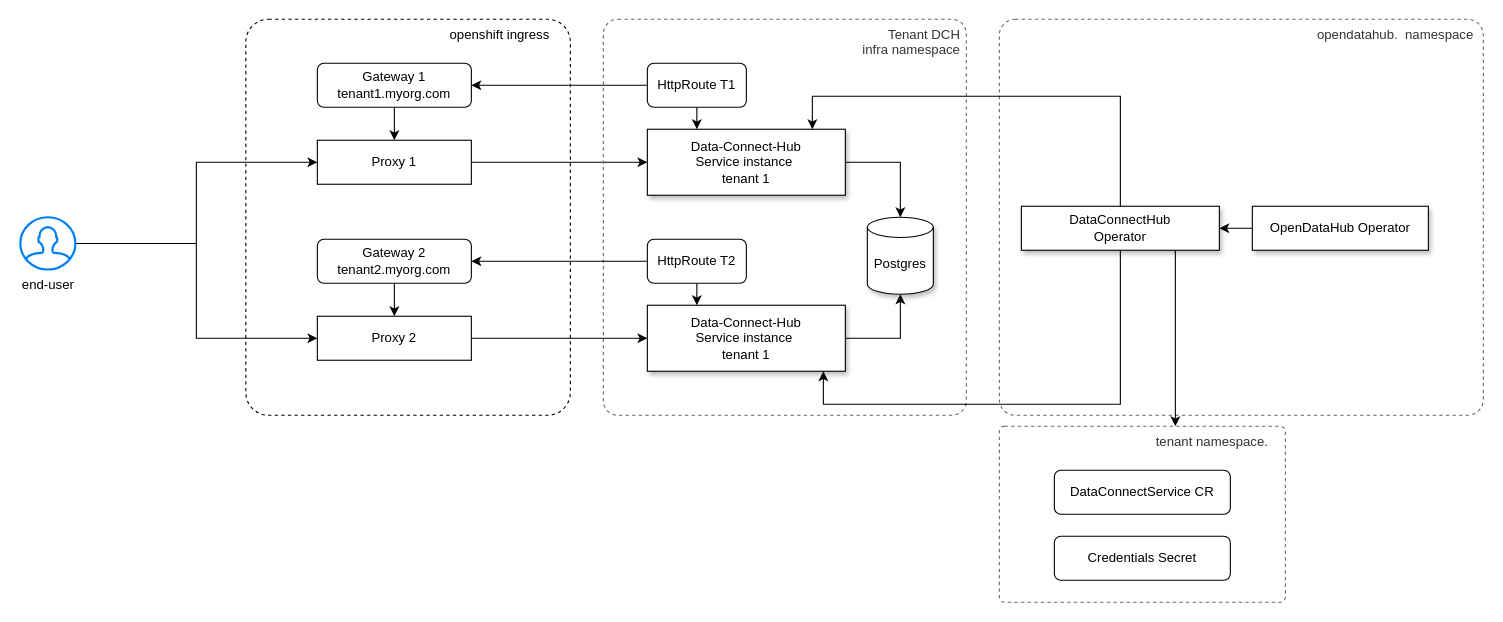
This is page "hard-tenancy" (3 of 5) of architecture-decision-records/data-connect-hub/diagrams/Connections.drawio from opendatahub-io/architecture-decision-records, a draw.io file, before an edit. Source tidied: cells renumbered, new cells numbered last; positions are measured from the earlier drawing's top-left corner, leaving out a move shared by most shapes. Both pictures are drawn from the tidied source at 110%, with x=0, y=0 at pixel (20, 19).
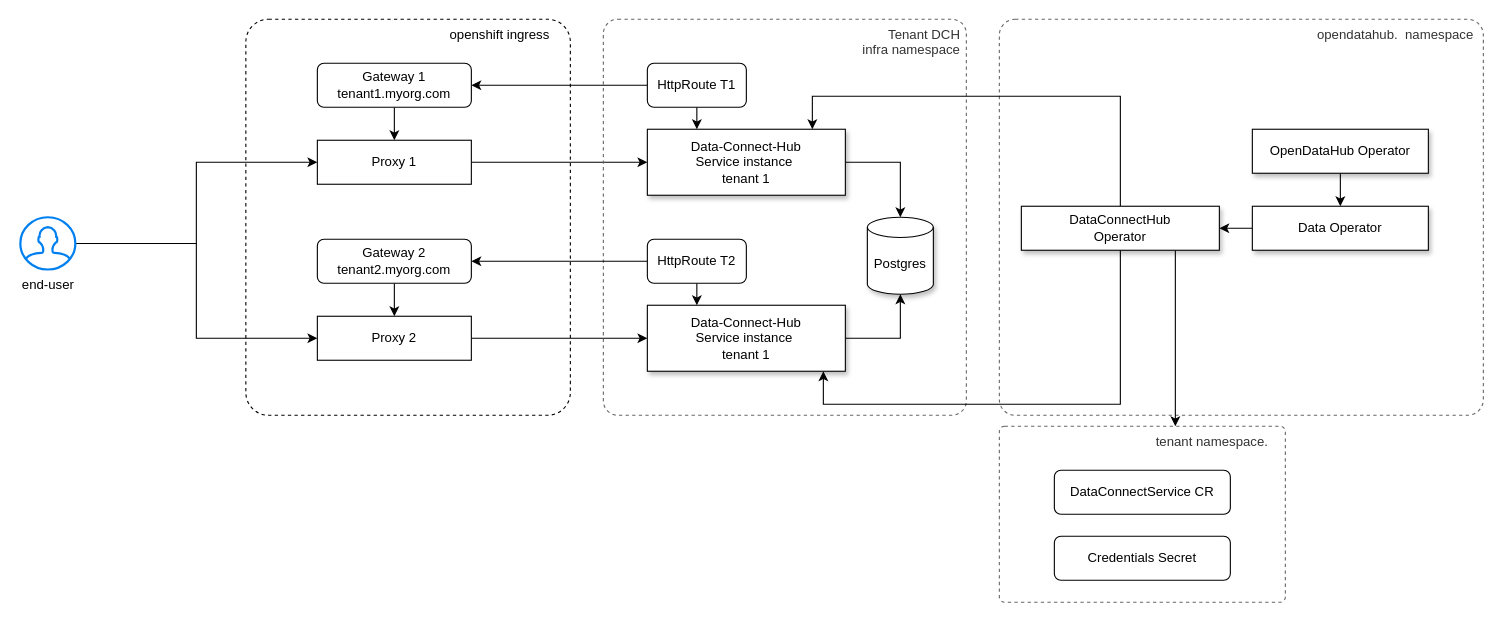
The same diagram, later.

Commit message (it also covers changes not shown here):
fix: show the new data operator that manages DCH.

Diff of the diagram source:
```diff
@@
-    <mxCell id="23" value="OpenDataHub Operator" style="rounded=0;whiteSpace=wrap;html=1;shadow=1;" parent="1" vertex="1">
+    <mxCell id="23" value="Data Operator" style="rounded=0;whiteSpace=wrap;html=1;shadow=1;" parent="1" vertex="1">
       <mxGeometry x="1120" y="170" width="160" height="40" as="geometry" />
     </mxCell>
@@
+    <mxCell id="36" style="edgeStyle=orthogonalEdgeStyle;rounded=0;jettySize=auto;html=1;" parent="1" edge="1" source="37" target="23">
+      <mxGeometry relative="1" as="geometry" />
+    </mxCell>
+    <mxCell id="37" value="OpenDataHub Operator" style="rounded=0;whiteSpace=wrap;html=1;shadow=1;" parent="1" vertex="1">
+      <mxGeometry x="1120" y="100" width="160" height="40" as="geometry" />
+    </mxCell>
```
